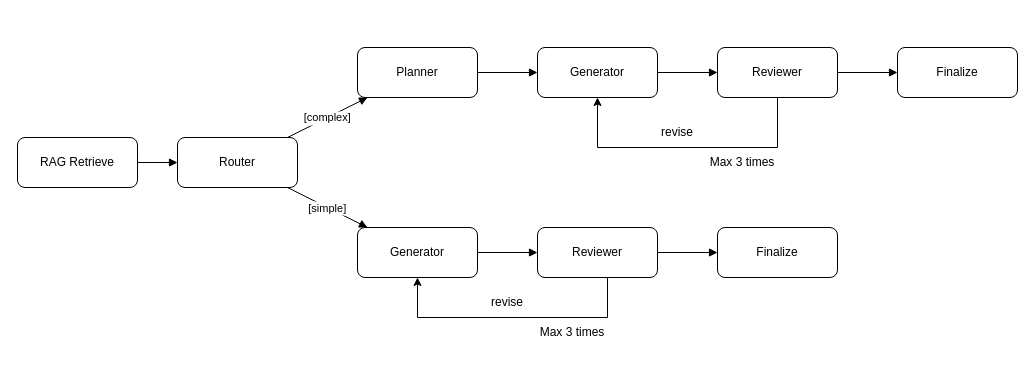
Before: Untitled Diagram.drawio in orchlonn/AI-IDE, a draw.io diagram. Source tidied: cells renumbered, new cells numbered last; positions are measured from the earlier drawing's top-left corner, leaving out a move shared by most shapes. Both pictures are drawn from the tidied source at 100%, with x=0, y=0 at pixel (17, 47).
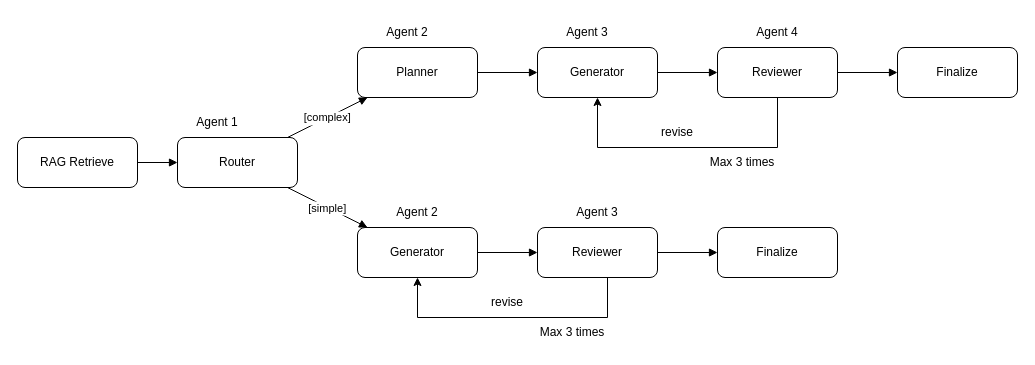
The same diagram, later.

Change to the diagram source:
```diff
@@
+    <mxCell id="25" value="Agent 1" style="text;html=1;whiteSpace=wrap;strokeColor=none;fillColor=none;align=center;verticalAlign=middle;rounded=0;" parent="1" vertex="1">
+      <mxGeometry x="170" y="60" width="60" height="30" as="geometry" />
+    </mxCell>
+    <mxCell id="26" value="Agent 2" style="text;html=1;whiteSpace=wrap;strokeColor=none;fillColor=none;align=center;verticalAlign=middle;rounded=0;" parent="1" vertex="1">
+      <mxGeometry x="360" y="-30" width="60" height="30" as="geometry" />
+    </mxCell>
+    <mxCell id="27" value="Agent 3" style="text;html=1;whiteSpace=wrap;strokeColor=none;fillColor=none;align=center;verticalAlign=middle;rounded=0;" parent="1" vertex="1">
+      <mxGeometry x="540" y="-30" width="60" height="30" as="geometry" />
+    </mxCell>
+    <mxCell id="28" value="Agent 4" style="text;html=1;whiteSpace=wrap;strokeColor=none;fillColor=none;align=center;verticalAlign=middle;rounded=0;" parent="1" vertex="1">
+      <mxGeometry x="730" y="-30" width="60" height="30" as="geometry" />
+    </mxCell>
+    <mxCell id="29" value="Agent 2" style="text;html=1;whiteSpace=wrap;strokeColor=none;fillColor=none;align=center;verticalAlign=middle;rounded=0;" parent="1" vertex="1">
+      <mxGeometry x="370" y="150" width="60" height="30" as="geometry" />
+    </mxCell>
+    <mxCell id="30" value="Agent 3" style="text;html=1;whiteSpace=wrap;strokeColor=none;fillColor=none;align=center;verticalAlign=middle;rounded=0;" parent="1" vertex="1">
+      <mxGeometry x="550" y="150" width="60" height="30" as="geometry" />
+    </mxCell>
```
